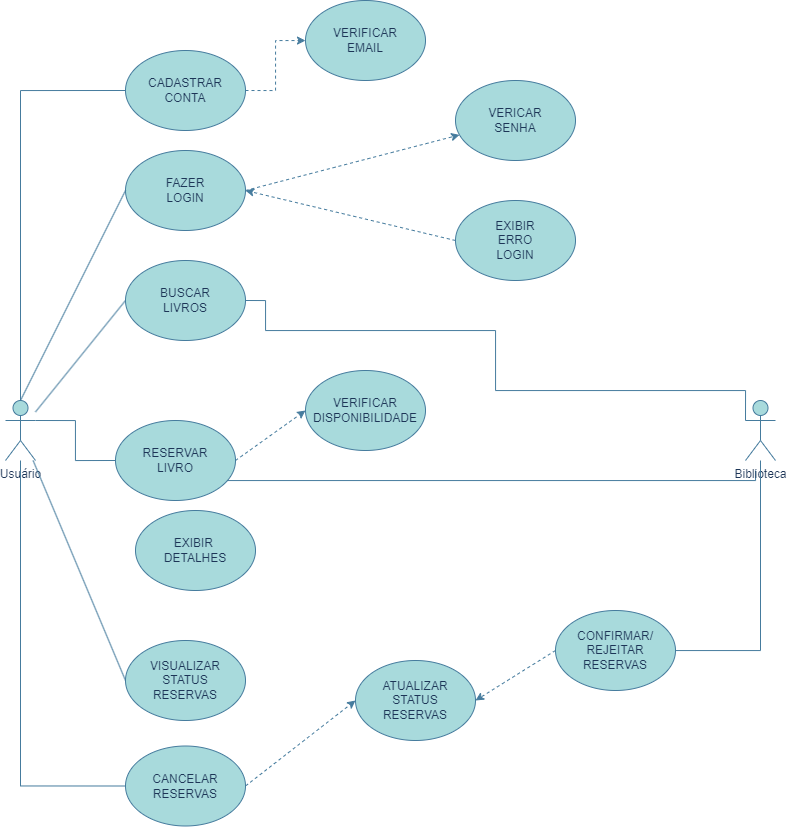
Above: Caso-de-uso-ESII.drawio.png in Gabriel-Paulino-Alves/diagrama-caso-de-uso-biblioteca (draw.io), before the change. Source tidied: cells renumbered, new cells last; positions are measured from the earlier drawing's top-left corner, leaving out a move shared by most shapes. Its diagram source:
```xml
<mxGraphModel>
  <root>
    <mxCell id="0" />
    <mxCell id="1" parent="0" />
    <mxCell id="2" value="Usuário&lt;div&gt;&lt;br&gt;&lt;/div&gt;" style="shape=umlActor;verticalLabelPosition=bottom;verticalAlign=top;html=1;outlineConnect=0;labelBackgroundColor=none;fillColor=#A8DADC;strokeColor=#457B9D;fontColor=#1D3557;" parent="1" vertex="1">
      <mxGeometry y="400" width="30" height="60" as="geometry" />
    </mxCell>
    <mxCell id="3" style="edgeStyle=orthogonalEdgeStyle;rounded=0;jettySize=auto;html=1;exitX=0;exitY=0.5;exitDx=0;exitDy=0;endArrow=none;endFill=0;labelBackgroundColor=none;strokeColor=#457B9D;fontColor=default;" parent="1" edge="1" source="5" target="2">
      <mxGeometry relative="1" as="geometry" />
    </mxCell>
    <mxCell id="4" style="edgeStyle=orthogonalEdgeStyle;rounded=0;jettySize=auto;html=1;exitX=1;exitY=0.5;exitDx=0;exitDy=0;dashed=1;labelBackgroundColor=none;strokeColor=#457B9D;fontColor=default;" parent="1" edge="1" source="5" target="21">
      <mxGeometry relative="1" as="geometry" />
    </mxCell>
    <mxCell id="5" value="CADASTRAR&lt;div&gt;CONTA&lt;/div&gt;" style="ellipse;whiteSpace=wrap;html=1;labelBackgroundColor=none;fillColor=#A8DADC;strokeColor=#457B9D;fontColor=#1D3557;" parent="1" vertex="1">
      <mxGeometry x="120" y="50" width="120" height="80" as="geometry" />
    </mxCell>
    <mxCell id="6" style="rounded=0;jettySize=auto;html=1;exitX=1;exitY=0.5;exitDx=0;exitDy=0;dashed=1;labelBackgroundColor=none;strokeColor=#457B9D;fontColor=default;" parent="1" edge="1" source="7" target="22">
      <mxGeometry relative="1" as="geometry" />
    </mxCell>
    <mxCell id="7" value="FAZER&lt;div&gt;LOGIN&lt;/div&gt;" style="ellipse;whiteSpace=wrap;html=1;labelBackgroundColor=none;fillColor=#A8DADC;strokeColor=#457B9D;fontColor=#1D3557;" parent="1" vertex="1">
      <mxGeometry x="120" y="150" width="120" height="80" as="geometry" />
    </mxCell>
    <mxCell id="8" style="rounded=0;jettySize=auto;html=1;exitX=0;exitY=0.5;exitDx=0;exitDy=0;endArrow=none;endFill=0;labelBackgroundColor=none;strokeColor=#457B9D;fontColor=default;" parent="1" edge="1" source="9" target="2">
      <mxGeometry relative="1" as="geometry" />
    </mxCell>
    <mxCell id="9" value="BUSCAR&lt;div&gt;LIVROS&lt;/div&gt;" style="ellipse;whiteSpace=wrap;html=1;labelBackgroundColor=none;fillColor=#A8DADC;strokeColor=#457B9D;fontColor=#1D3557;" parent="1" vertex="1">
      <mxGeometry x="120" y="260" width="120" height="80" as="geometry" />
    </mxCell>
    <mxCell id="10" style="edgeStyle=orthogonalEdgeStyle;rounded=0;jettySize=auto;html=1;exitX=1;exitY=1;exitDx=0;exitDy=0;endArrow=none;endFill=0;labelBackgroundColor=none;strokeColor=#457B9D;fontColor=default;" parent="1" edge="1" source="12">
      <mxGeometry relative="1" as="geometry">
        <mxPoint x="750" y="470" as="targetPoint" />
        <Array as="points">
          <mxPoint x="222" y="480" />
          <mxPoint x="751" y="480" />
        </Array>
      </mxGeometry>
    </mxCell>
    <mxCell id="11" style="rounded=0;jettySize=auto;html=1;exitX=1;exitY=0.5;exitDx=0;exitDy=0;entryX=0;entryY=0.5;entryDx=0;entryDy=0;startArrow=none;startFill=0;dashed=1;labelBackgroundColor=none;strokeColor=#457B9D;fontColor=default;" parent="1" edge="1" source="12" target="26">
      <mxGeometry relative="1" as="geometry" />
    </mxCell>
    <mxCell id="12" value="RESERVAR&lt;div&gt;LIVRO&lt;/div&gt;" style="ellipse;whiteSpace=wrap;html=1;labelBackgroundColor=none;fillColor=#A8DADC;strokeColor=#457B9D;fontColor=#1D3557;" parent="1" vertex="1">
      <mxGeometry x="110" y="420" width="120" height="80" as="geometry" />
    </mxCell>
    <mxCell id="13" value="EXIBIR&amp;nbsp;&lt;div&gt;DETALHES&lt;/div&gt;" style="ellipse;whiteSpace=wrap;html=1;labelBackgroundColor=none;fillColor=#A8DADC;strokeColor=#457B9D;fontColor=#1D3557;" parent="1" vertex="1">
      <mxGeometry x="130" y="510" width="120" height="80" as="geometry" />
    </mxCell>
    <mxCell id="14" style="rounded=0;jettySize=auto;html=1;exitX=0;exitY=0.5;exitDx=0;exitDy=0;endArrow=none;endFill=0;labelBackgroundColor=none;strokeColor=#457B9D;fontColor=default;" parent="1" edge="1" source="15" target="2">
      <mxGeometry relative="1" as="geometry" />
    </mxCell>
    <mxCell id="15" value="VISUALIZAR&lt;div&gt;STATUS&lt;/div&gt;&lt;div&gt;RESERVAS&lt;/div&gt;" style="ellipse;whiteSpace=wrap;html=1;labelBackgroundColor=none;fillColor=#A8DADC;strokeColor=#457B9D;fontColor=#1D3557;" parent="1" vertex="1">
      <mxGeometry x="120" y="640" width="120" height="80" as="geometry" />
    </mxCell>
    <mxCell id="16" style="edgeStyle=orthogonalEdgeStyle;rounded=0;jettySize=auto;html=1;exitX=0;exitY=0.5;exitDx=0;exitDy=0;endArrow=none;endFill=0;labelBackgroundColor=none;strokeColor=#457B9D;fontColor=default;" parent="1" edge="1" source="18" target="2">
      <mxGeometry relative="1" as="geometry" />
    </mxCell>
    <mxCell id="17" style="rounded=0;jettySize=auto;html=1;exitX=1;exitY=0.5;exitDx=0;exitDy=0;entryX=0;entryY=0.5;entryDx=0;entryDy=0;dashed=1;labelBackgroundColor=none;strokeColor=#457B9D;fontColor=default;" parent="1" edge="1" source="18" target="28">
      <mxGeometry relative="1" as="geometry" />
    </mxCell>
    <mxCell id="18" value="CANCELAR&lt;div&gt;RESERVAS&lt;/div&gt;" style="ellipse;whiteSpace=wrap;html=1;labelBackgroundColor=none;fillColor=#A8DADC;strokeColor=#457B9D;fontColor=#1D3557;" parent="1" vertex="1">
      <mxGeometry x="120" y="745.5" width="120" height="80" as="geometry" />
    </mxCell>
    <mxCell id="19" style="rounded=0;jettySize=auto;html=1;exitX=0;exitY=0.5;exitDx=0;exitDy=0;entryX=0.5;entryY=0;entryDx=0;entryDy=0;entryPerimeter=0;endArrow=none;endFill=0;labelBackgroundColor=none;strokeColor=#457B9D;fontColor=default;" parent="1" edge="1" source="7" target="2">
      <mxGeometry relative="1" as="geometry" />
    </mxCell>
    <mxCell id="20" style="edgeStyle=orthogonalEdgeStyle;rounded=0;jettySize=auto;html=1;exitX=0;exitY=0.5;exitDx=0;exitDy=0;entryX=1;entryY=0.3333333333333333;entryDx=0;entryDy=0;entryPerimeter=0;endArrow=none;endFill=0;labelBackgroundColor=none;strokeColor=#457B9D;fontColor=default;" parent="1" edge="1" source="12" target="2">
      <mxGeometry relative="1" as="geometry" />
    </mxCell>
    <mxCell id="21" value="VERIFICAR&lt;div&gt;EMAIL&lt;/div&gt;" style="ellipse;whiteSpace=wrap;html=1;labelBackgroundColor=none;fillColor=#A8DADC;strokeColor=#457B9D;fontColor=#1D3557;" parent="1" vertex="1">
      <mxGeometry x="300" width="120" height="80" as="geometry" />
    </mxCell>
    <mxCell id="22" value="VERICAR&lt;div&gt;SENHA&lt;/div&gt;" style="ellipse;whiteSpace=wrap;html=1;labelBackgroundColor=none;fillColor=#A8DADC;strokeColor=#457B9D;fontColor=#1D3557;" parent="1" vertex="1">
      <mxGeometry x="450" y="80" width="120" height="80" as="geometry" />
    </mxCell>
    <mxCell id="23" style="rounded=0;jettySize=auto;html=1;exitX=0;exitY=0.5;exitDx=0;exitDy=0;entryX=1;entryY=0.5;entryDx=0;entryDy=0;dashed=1;labelBackgroundColor=none;strokeColor=#457B9D;fontColor=default;" parent="1" edge="1" source="24" target="7">
      <mxGeometry relative="1" as="geometry" />
    </mxCell>
    <mxCell id="24" value="EXIBIR&lt;div&gt;ERRO&lt;/div&gt;&lt;div&gt;LOGIN&lt;/div&gt;" style="ellipse;whiteSpace=wrap;html=1;labelBackgroundColor=none;fillColor=#A8DADC;strokeColor=#457B9D;fontColor=#1D3557;" parent="1" vertex="1">
      <mxGeometry x="450" y="200" width="120" height="80" as="geometry" />
    </mxCell>
    <mxCell id="25" value="Biblioteca&lt;div&gt;&lt;br&gt;&lt;/div&gt;" style="shape=umlActor;verticalLabelPosition=bottom;verticalAlign=top;html=1;outlineConnect=0;labelBackgroundColor=none;fillColor=#A8DADC;strokeColor=#457B9D;fontColor=#1D3557;" parent="1" vertex="1">
      <mxGeometry x="740" y="400" width="30" height="60" as="geometry" />
    </mxCell>
    <mxCell id="26" value="VERIFICAR&lt;div&gt;DISPONIBILIDADE&lt;/div&gt;" style="ellipse;whiteSpace=wrap;html=1;labelBackgroundColor=none;fillColor=#A8DADC;strokeColor=#457B9D;fontColor=#1D3557;" parent="1" vertex="1">
      <mxGeometry x="300" y="370" width="120" height="80" as="geometry" />
    </mxCell>
    <mxCell id="27" style="edgeStyle=orthogonalEdgeStyle;rounded=0;jettySize=auto;html=1;exitX=1;exitY=0.5;exitDx=0;exitDy=0;entryX=0;entryY=0.3333333333333333;entryDx=0;entryDy=0;entryPerimeter=0;endArrow=none;endFill=0;labelBackgroundColor=none;strokeColor=#457B9D;fontColor=default;" parent="1" edge="1" source="9" target="25">
      <mxGeometry relative="1" as="geometry">
        <Array as="points">
          <mxPoint x="260" y="300" />
          <mxPoint x="260" y="330" />
          <mxPoint x="490" y="330" />
          <mxPoint x="490" y="390" />
          <mxPoint x="740" y="390" />
        </Array>
      </mxGeometry>
    </mxCell>
    <mxCell id="28" value="ATUALIZAR&lt;div&gt;STATUS&lt;/div&gt;&lt;div&gt;RESERVAS&lt;/div&gt;" style="ellipse;whiteSpace=wrap;html=1;labelBackgroundColor=none;fillColor=#A8DADC;strokeColor=#457B9D;fontColor=#1D3557;" parent="1" vertex="1">
      <mxGeometry x="350" y="660" width="120" height="80" as="geometry" />
    </mxCell>
    <mxCell id="29" style="edgeStyle=orthogonalEdgeStyle;rounded=0;jettySize=auto;html=1;endArrow=none;endFill=0;labelBackgroundColor=none;strokeColor=#457B9D;fontColor=default;" parent="1" edge="1" source="31" target="25">
      <mxGeometry relative="1" as="geometry" />
    </mxCell>
    <mxCell id="30" style="rounded=0;jettySize=auto;html=1;exitX=0;exitY=0.5;exitDx=0;exitDy=0;entryX=1;entryY=0.5;entryDx=0;entryDy=0;dashed=1;labelBackgroundColor=none;strokeColor=#457B9D;fontColor=default;" parent="1" edge="1" source="31" target="28">
      <mxGeometry relative="1" as="geometry" />
    </mxCell>
    <mxCell id="31" value="CONFIRMAR/&lt;div&gt;REJEITAR&lt;/div&gt;&lt;div&gt;RESERVAS&lt;/div&gt;" style="ellipse;whiteSpace=wrap;html=1;labelBackgroundColor=none;fillColor=#A8DADC;strokeColor=#457B9D;fontColor=#1D3557;" parent="1" vertex="1">
      <mxGeometry x="550" y="610" width="120" height="80" as="geometry" />
    </mxCell>
  </root>
</mxGraphModel>
```
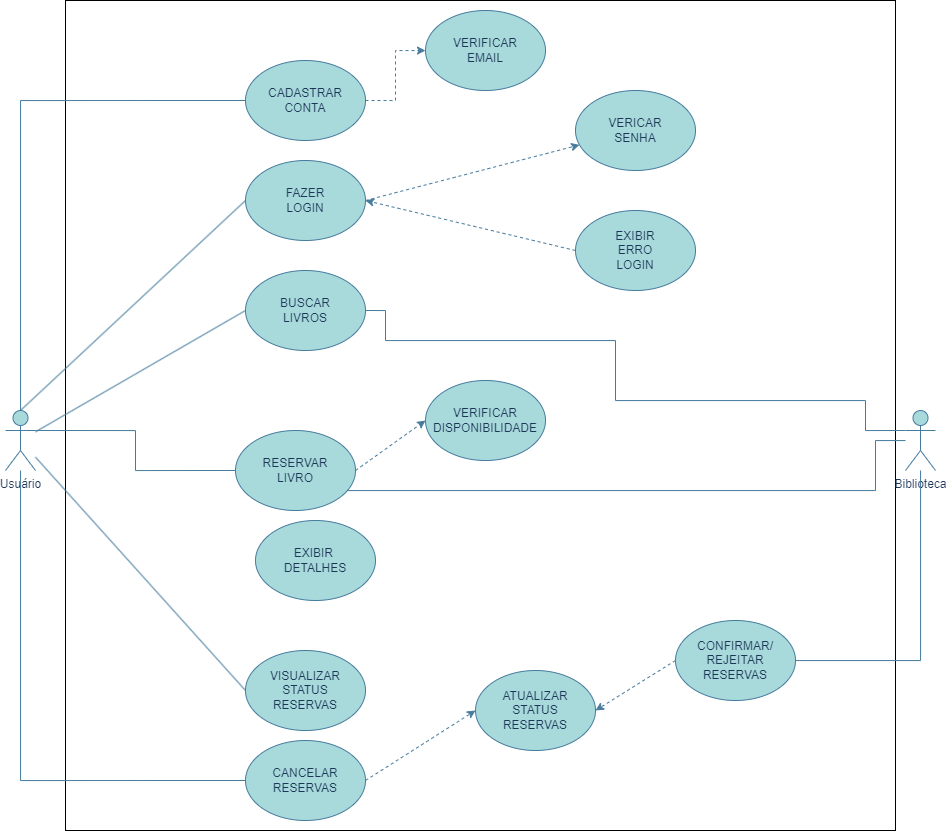
Later version of the same file.

Change to the diagram source:
```diff
@@ -2,8 +2,11 @@
   <root>
     <mxCell id="0" />
     <mxCell id="1" parent="0" />
+    <mxCell id="32" style="whiteSpace=wrap;html=1;fillColor=none;" parent="1" vertex="1">
+      <mxGeometry x="-60" y="-10" width="830" height="830" as="geometry" />
+    </mxCell>
     <mxCell id="2" value="Usuário&lt;div&gt;&lt;br&gt;&lt;/div&gt;" style="shape=umlActor;verticalLabelPosition=bottom;verticalAlign=top;html=1;outlineConnect=0;labelBackgroundColor=none;fillColor=#A8DADC;strokeColor=#457B9D;fontColor=#1D3557;" parent="1" vertex="1">
-      <mxGeometry y="400" width="30" height="60" as="geometry" />
+      <mxGeometry x="-120" y="400" width="30" height="60" as="geometry" />
     </mxCell>
     <mxCell id="3" style="edgeStyle=orthogonalEdgeStyle;rounded=0;jettySize=auto;html=1;exitX=0;exitY=0.5;exitDx=0;exitDy=0;endArrow=none;endFill=0;labelBackgroundColor=none;strokeColor=#457B9D;fontColor=default;" parent="1" edge="1" source="5" target="2">
       <mxGeometry relative="1" as="geometry" />
@@ -26,12 +29,12 @@
     <mxCell id="9" value="BUSCAR&lt;div&gt;LIVROS&lt;/div&gt;" style="ellipse;whiteSpace=wrap;html=1;labelBackgroundColor=none;fillColor=#A8DADC;strokeColor=#457B9D;fontColor=#1D3557;" parent="1" vertex="1">
       <mxGeometry x="120" y="260" width="120" height="80" as="geometry" />
     </mxCell>
-    <mxCell id="10" style="edgeStyle=orthogonalEdgeStyle;rounded=0;jettySize=auto;html=1;exitX=1;exitY=1;exitDx=0;exitDy=0;endArrow=none;endFill=0;labelBackgroundColor=none;strokeColor=#457B9D;fontColor=default;" parent="1" edge="1" source="12">
+    <mxCell id="10" style="edgeStyle=orthogonalEdgeStyle;rounded=0;jettySize=auto;html=1;exitX=1;exitY=1;exitDx=0;exitDy=0;endArrow=none;endFill=0;labelBackgroundColor=none;strokeColor=#457B9D;fontColor=default;" parent="1" edge="1" source="12" target="25">
       <mxGeometry relative="1" as="geometry">
-        <mxPoint x="750" y="470" as="targetPoint" />
         <Array as="points">
-          <mxPoint x="222" y="480" />
-          <mxPoint x="751" y="480" />
+          <mxPoint x="212" y="480" />
+          <mxPoint x="750" y="480" />
+          <mxPoint x="750" y="430" />
         </Array>
       </mxGeometry>
     </mxCell>
@@ -57,7 +60,7 @@
       <mxGeometry relative="1" as="geometry" />
     </mxCell>
     <mxCell id="18" value="CANCELAR&lt;div&gt;RESERVAS&lt;/div&gt;" style="ellipse;whiteSpace=wrap;html=1;labelBackgroundColor=none;fillColor=#A8DADC;strokeColor=#457B9D;fontColor=#1D3557;" parent="1" vertex="1">
-      <mxGeometry x="120" y="745.5" width="120" height="80" as="geometry" />
+      <mxGeometry x="120" y="730" width="120" height="80" as="geometry" />
     </mxCell>
     <mxCell id="19" style="rounded=0;jettySize=auto;html=1;exitX=0;exitY=0.5;exitDx=0;exitDy=0;entryX=0.5;entryY=0;entryDx=0;entryDy=0;entryPerimeter=0;endArrow=none;endFill=0;labelBackgroundColor=none;strokeColor=#457B9D;fontColor=default;" parent="1" edge="1" source="7" target="2">
       <mxGeometry relative="1" as="geometry" />
@@ -78,7 +81,7 @@
       <mxGeometry x="450" y="200" width="120" height="80" as="geometry" />
     </mxCell>
     <mxCell id="25" value="Biblioteca&lt;div&gt;&lt;br&gt;&lt;/div&gt;" style="shape=umlActor;verticalLabelPosition=bottom;verticalAlign=top;html=1;outlineConnect=0;labelBackgroundColor=none;fillColor=#A8DADC;strokeColor=#457B9D;fontColor=#1D3557;" parent="1" vertex="1">
-      <mxGeometry x="740" y="400" width="30" height="60" as="geometry" />
+      <mxGeometry x="780" y="400" width="30" height="60" as="geometry" />
     </mxCell>
     <mxCell id="26" value="VERIFICAR&lt;div&gt;DISPONIBILIDADE&lt;/div&gt;" style="ellipse;whiteSpace=wrap;html=1;labelBackgroundColor=none;fillColor=#A8DADC;strokeColor=#457B9D;fontColor=#1D3557;" parent="1" vertex="1">
       <mxGeometry x="300" y="370" width="120" height="80" as="geometry" />
```
